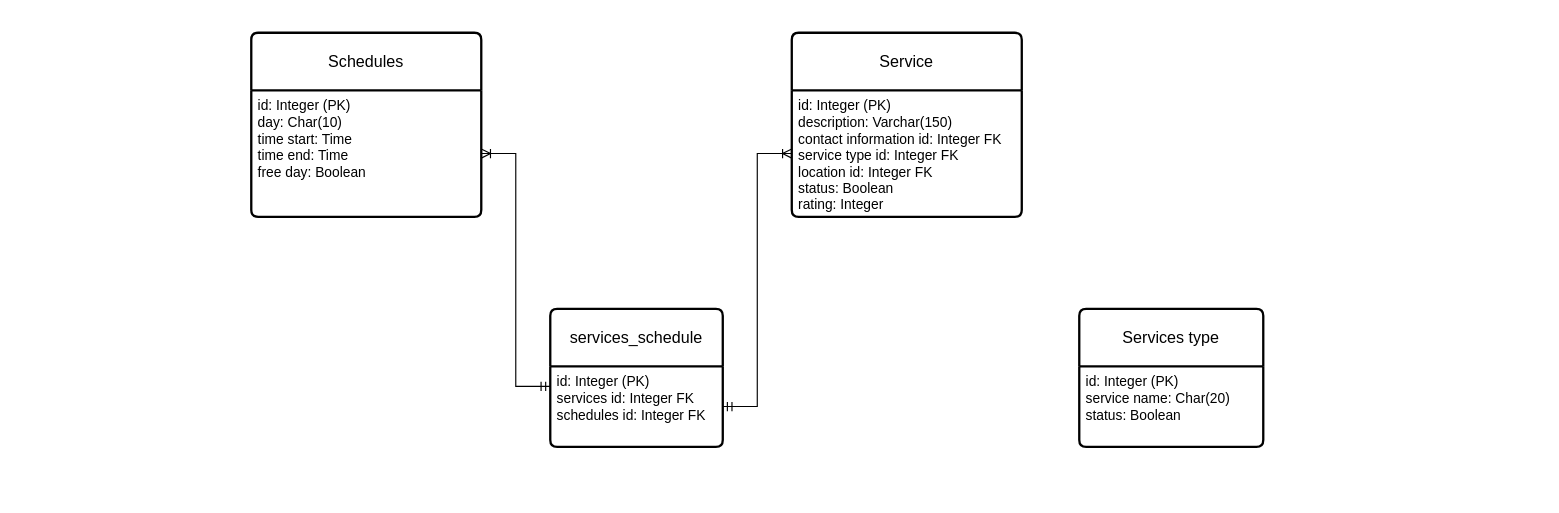
Above: caminoDiagrams/Diagrama fisico.drawio in DrDaxter/diagrams (draw.io), before the change. Source tidied: cells renumbered, new cells numbered last; positions are measured from the earlier drawing's top-left corner, leaving out a move shared by most shapes. Both pictures are drawn from the tidied source at 115%, with x=0, y=0 at pixel (251, 32).
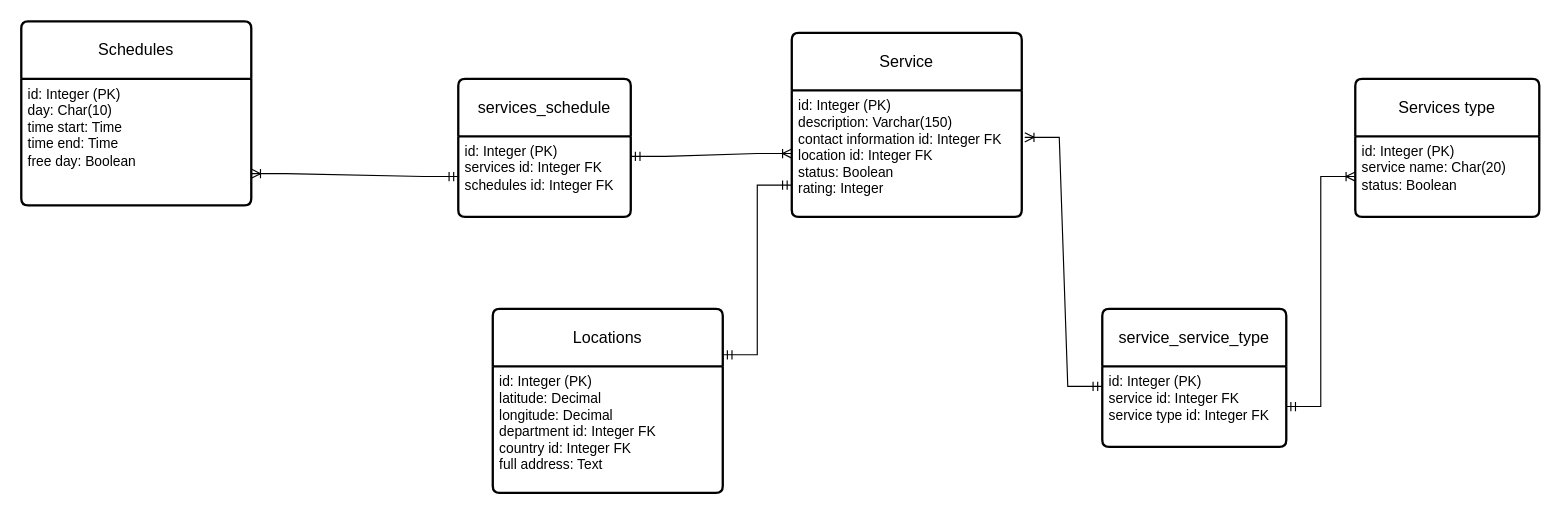
The same page after the edit.

The change refers to these unchanged cells:
```xml
<mxCell id="2" value="Service" style="swimlane;horizontal=1;startSize=50;rounded=1;fontSize=14;fontStyle=0;strokeWidth=2;shadow=0;dashed=0;align=center;arcSize=4;whiteSpace=wrap;html=1;" parent="1" vertex="1">
  <mxGeometry x="470" width="200" height="160" as="geometry" />
</mxCell>
<mxCell id="5" value="id: Integer (PK)&lt;br&gt;day: Char(10)&lt;br&gt;time start: Time&lt;br&gt;time end: Time&lt;br&gt;free day: Boolean" style="align=left;strokeColor=none;fillColor=none;spacingLeft=4;fontSize=12;verticalAlign=top;html=1;" parent="4" vertex="1">
  <mxGeometry y="50" width="200" height="110" as="geometry" />
</mxCell>
<mxCell id="7" value="id: Integer (PK)&lt;br&gt;services id: Integer FK&lt;br&gt;schedules id: Integer FK" style="align=left;strokeColor=none;fillColor=none;spacingLeft=4;fontSize=12;verticalAlign=top;html=1;" parent="6" vertex="1">
  <mxGeometry y="50" width="150" height="70" as="geometry" />
</mxCell>
<mxCell id="11" value="id: Integer (PK)&lt;br&gt;service name: Char(20)&lt;br&gt;status: Boolean" style="align=left;strokeColor=none;fillColor=none;spacingLeft=4;fontSize=12;verticalAlign=top;html=1;" parent="10" vertex="1">
  <mxGeometry y="50" width="160" height="70" as="geometry" />
</mxCell>
```

Change to the diagram source:
```diff
@@
-    <mxCell id="3" value="id: Integer (PK)&lt;br&gt;description: Varchar(150)&lt;br&gt;contact information id: Integer FK&lt;br&gt;service type id: Integer FK&lt;br&gt;location id: Integer FK&lt;br&gt;status: Boolean&lt;br&gt;rating: Integer&amp;nbsp;" style="align=left;strokeColor=none;fillColor=none;spacingLeft=4;fontSize=12;verticalAlign=top;html=1;" parent="2" vertex="1">
+    <mxCell id="3" value="id: Integer (PK)&lt;br&gt;description: Varchar(150)&lt;br&gt;contact information id: Integer FK&lt;br&gt;location id: Integer FK&lt;br&gt;status: Boolean&lt;br&gt;rating: Integer&amp;nbsp;" style="align=left;strokeColor=none;fillColor=none;spacingLeft=4;fontSize=12;verticalAlign=top;html=1;" parent="2" vertex="1">
       <mxGeometry y="50" width="200" height="110" as="geometry" />
     </mxCell>
     <mxCell id="4" value="Schedules" style="swimlane;horizontal=1;startSize=50;rounded=1;fontSize=14;fontStyle=0;strokeWidth=2;shadow=0;dashed=0;align=center;arcSize=4;whiteSpace=wrap;html=1;" parent="1" vertex="1">
-      <mxGeometry width="200" height="160" as="geometry" />
+      <mxGeometry x="-200" y="-10" width="200" height="160" as="geometry" />
     </mxCell>
@@
     <mxCell id="6" value="services_schedule" style="swimlane;horizontal=1;startSize=50;rounded=1;fontSize=14;fontStyle=0;strokeWidth=2;shadow=0;dashed=0;align=center;arcSize=4;whiteSpace=wrap;html=1;" parent="1" vertex="1">
-      <mxGeometry x="260" y="240" width="150" height="120" as="geometry" />
+      <mxGeometry x="180" y="40" width="150" height="120" as="geometry" />
     </mxCell>
@@
-    <mxCell id="8" style="edgeStyle=entityRelationEdgeStyle;fontSize=12;html=1;endArrow=ERoneToMany;startArrow=ERmandOne;rounded=0;entryX=1;entryY=0.5;entryDx=0;entryDy=0;exitX=0;exitY=0.25;exitDx=0;exitDy=0;" parent="1" edge="1" source="7" target="5">
+    <mxCell id="8" style="edgeStyle=entityRelationEdgeStyle;fontSize=12;html=1;endArrow=ERoneToMany;startArrow=ERmandOne;rounded=0;entryX=1;entryY=0.75;entryDx=0;entryDy=0;exitX=0;exitY=0.5;exitDx=0;exitDy=0;" parent="1" edge="1" source="7" target="5">
       <mxGeometry relative="1" as="geometry">
         <Array as="points">
           <mxPoint x="90" y="330" />
           <mxPoint x="160" y="270" />
           <mxPoint x="130" y="330" />
         </Array>
       </mxGeometry>
     </mxCell>
-    <mxCell id="9" style="edgeStyle=entityRelationEdgeStyle;fontSize=12;html=1;endArrow=ERoneToMany;startArrow=ERmandOne;rounded=0;entryX=0;entryY=0.5;entryDx=0;entryDy=0;exitX=1;exitY=0.5;exitDx=0;exitDy=0;" parent="1" edge="1" source="7" target="3">
+    <mxCell id="9" style="edgeStyle=entityRelationEdgeStyle;fontSize=12;html=1;endArrow=ERoneToMany;startArrow=ERmandOne;rounded=0;entryX=0;entryY=0.5;entryDx=0;entryDy=0;exitX=1;exitY=0.25;exitDx=0;exitDy=0;" parent="1" edge="1" source="7" target="3">
       <mxGeometry relative="1" as="geometry">
         <Array as="points">
           <mxPoint x="100" y="340" />
           <mxPoint x="170" y="280" />
           <mxPoint x="140" y="340" />
         </Array>
       </mxGeometry>
     </mxCell>
     <mxCell id="10" value="Services type" style="swimlane;horizontal=1;startSize=50;rounded=1;fontSize=14;fontStyle=0;strokeWidth=2;shadow=0;dashed=0;align=center;arcSize=4;whiteSpace=wrap;html=1;" parent="1" vertex="1">
-      <mxGeometry x="720" y="240" width="160" height="120" as="geometry" />
+      <mxGeometry x="960" y="40" width="160" height="120" as="geometry" />
     </mxCell>
@@
+    <mxCell id="12" value="service_service_type" style="swimlane;horizontal=1;startSize=50;rounded=1;fontSize=14;fontStyle=0;strokeWidth=2;shadow=0;dashed=0;align=center;arcSize=4;whiteSpace=wrap;html=1;" parent="1" vertex="1">
+      <mxGeometry x="740" y="240" width="160" height="120" as="geometry" />
+    </mxCell>
+    <mxCell id="13" value="id: Integer (PK)&lt;br&gt;service id: Integer FK&lt;br&gt;service type id: Integer FK" style="align=left;strokeColor=none;fillColor=none;spacingLeft=4;fontSize=12;verticalAlign=top;html=1;" parent="12" vertex="1">
+      <mxGeometry y="50" width="160" height="70" as="geometry" />
+    </mxCell>
+    <mxCell id="14" style="edgeStyle=entityRelationEdgeStyle;fontSize=12;html=1;endArrow=ERoneToMany;startArrow=ERmandOne;rounded=0;exitX=0;exitY=0.25;exitDx=0;exitDy=0;entryX=1.013;entryY=0.372;entryDx=0;entryDy=0;entryPerimeter=0;" parent="1" edge="1" source="13" target="3">
+      <mxGeometry relative="1" as="geometry" />
+    </mxCell>
+    <mxCell id="15" style="edgeStyle=entityRelationEdgeStyle;fontSize=12;html=1;endArrow=ERoneToMany;startArrow=ERmandOne;rounded=0;exitX=1;exitY=0.5;exitDx=0;exitDy=0;" parent="1" edge="1" source="13" target="11">
+      <mxGeometry relative="1" as="geometry" />
+    </mxCell>
+    <mxCell id="16" value="Locations" style="swimlane;horizontal=1;startSize=50;rounded=1;fontSize=14;fontStyle=0;strokeWidth=2;shadow=0;dashed=0;align=center;arcSize=4;whiteSpace=wrap;html=1;" parent="1" vertex="1">
+      <mxGeometry x="210" y="240" width="200" height="160" as="geometry" />
+    </mxCell>
+    <mxCell id="17" value="id: Integer (PK)&lt;br&gt;latitude: Decimal&lt;br&gt;longitude: Decimal&lt;br&gt;department id: Integer FK&lt;br&gt;country id: Integer FK&lt;br&gt;full address: Text" style="align=left;strokeColor=none;fillColor=none;spacingLeft=4;fontSize=12;verticalAlign=top;html=1;" parent="16" vertex="1">
+      <mxGeometry y="50" width="200" height="110" as="geometry" />
+    </mxCell>
+    <mxCell id="18" style="edgeStyle=entityRelationEdgeStyle;fontSize=12;html=1;endArrow=ERmandOne;startArrow=ERmandOne;rounded=0;entryX=1;entryY=0.25;entryDx=0;entryDy=0;exitX=0;exitY=0.75;exitDx=0;exitDy=0;" parent="1" edge="1" source="3" target="16">
+      <mxGeometry relative="1" as="geometry" />
+    </mxCell>
```
